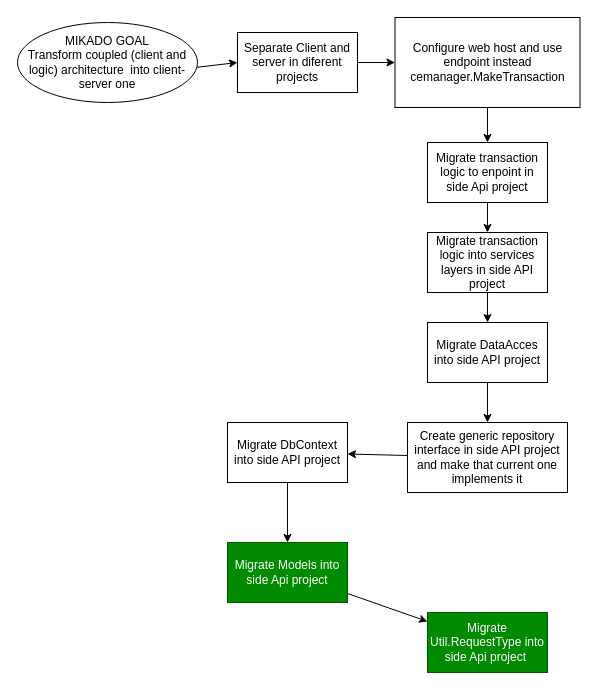
Before: Docs/Diagrams/refactor_to_client-server(MikadoGraph).drawio in Camilo716/Customized-Expense-Manager, a draw.io diagram. Source tidied: cells renumbered, new cells numbered last; positions are measured from the earlier drawing's top-left corner, leaving out a move shared by most shapes. Both pictures are drawn from the tidied source at 100%, with x=0, y=0 at pixel (17, 17).
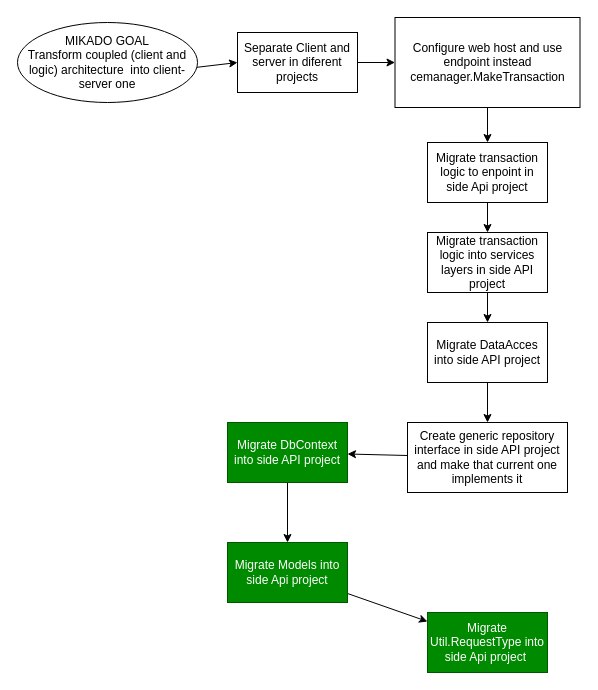
The same page after the edit.

Commit message:
Check leave in Mikado Graph

The edit, as a diff of the source:
```diff
@@
-    <mxCell id="20" value="Migrate DbContext into side API project" style="whiteSpace=wrap;html=1;" parent="1" vertex="1">
+    <mxCell id="20" value="Migrate DbContext into side API project" style="whiteSpace=wrap;html=1;fillColor=#008a00;fontColor=#ffffff;strokeColor=#005700;" parent="1" vertex="1">
       <mxGeometry x="210" y="405" width="120" height="60" as="geometry" />
     </mxCell>
```
